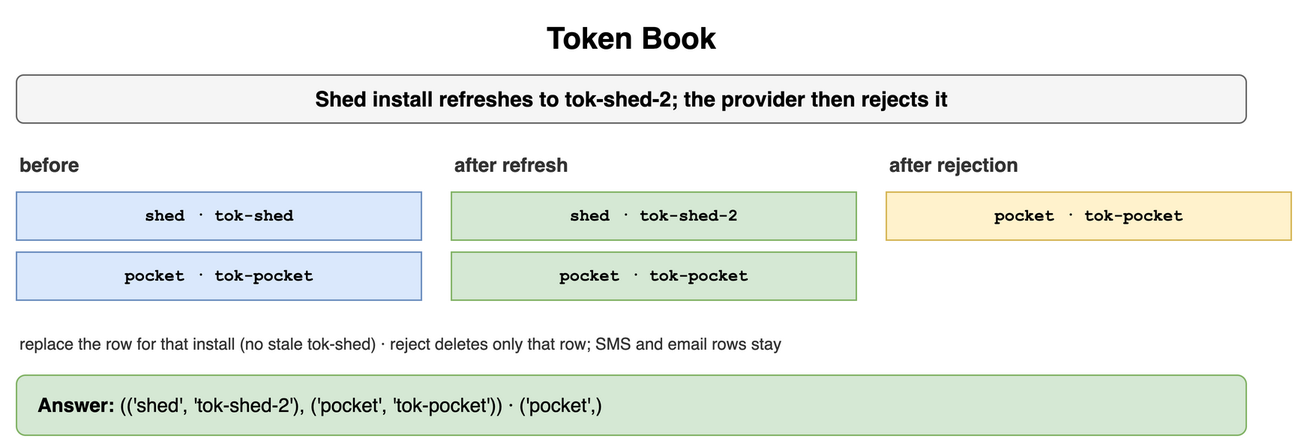
The draw.io diagram content/09_System_Design_Interview/21_Real_Time_and_Notification_Systems/diagrams/notifications-drills-3-token-book.png in amendez13/swe-study-guide, before a commit. Source tidied: cells renumbered, new cells last; positions are measured from the earlier drawing's top-left corner, leaving out a move shared by most shapes.
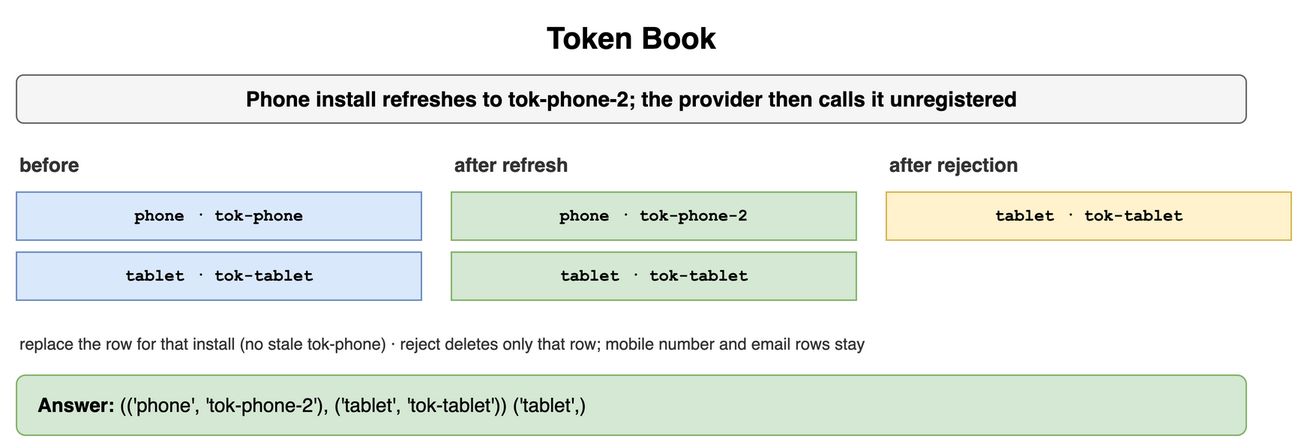
After the change.

Diff of the diagram source:
```diff
@@ -5,37 +5,37 @@
     <mxCell id="2" value="Token Book" style="text;html=1;align=center;verticalAlign=middle;whiteSpace=wrap;fontSize=20;fontStyle=1;" parent="1" vertex="1">
       <mxGeometry width="820" height="30" as="geometry" />
     </mxCell>
-    <mxCell id="3" value="Shed install refreshes to tok-shed-2; the provider then rejects it" style="rounded=1;whiteSpace=wrap;html=1;fillColor=#f5f5f5;strokeColor=#666666;fontStyle=1;fontSize=14;" parent="1" vertex="1">
+    <mxCell id="3" value="Phone install refreshes to tok-phone-2; the provider then calls it unregistered" style="rounded=1;whiteSpace=wrap;html=1;fillColor=#f5f5f5;strokeColor=#666666;fontStyle=1;fontSize=14;" parent="1" vertex="1">
       <mxGeometry y="40" width="820" height="32" as="geometry" />
     </mxCell>
     <mxCell id="4" value="before" style="text;html=1;whiteSpace=wrap;fontSize=11;align=left;verticalAlign=middle;fontSize=13;fontColor=#333333;fontStyle=1;" parent="1" vertex="1">
       <mxGeometry y="90" width="270" height="20" as="geometry" />
     </mxCell>
-    <mxCell id="5" value="shed · tok-shed" style="rounded=0;whiteSpace=wrap;html=1;fontFamily=Courier New;fontStyle=1;fontSize=13;fillColor=#dae8fc;strokeColor=#6c8ebf;fontSize=11;" parent="1" vertex="1">
+    <mxCell id="5" value="phone · tok-phone" style="rounded=0;whiteSpace=wrap;html=1;fontFamily=Courier New;fontStyle=1;fontSize=13;fillColor=#dae8fc;strokeColor=#6c8ebf;fontSize=11;" parent="1" vertex="1">
       <mxGeometry y="118" width="270" height="32" as="geometry" />
     </mxCell>
-    <mxCell id="6" value="pocket · tok-pocket" style="rounded=0;whiteSpace=wrap;html=1;fontFamily=Courier New;fontStyle=1;fontSize=13;fillColor=#dae8fc;strokeColor=#6c8ebf;fontSize=11;" parent="1" vertex="1">
+    <mxCell id="6" value="tablet · tok-tablet" style="rounded=0;whiteSpace=wrap;html=1;fontFamily=Courier New;fontStyle=1;fontSize=13;fillColor=#dae8fc;strokeColor=#6c8ebf;fontSize=11;" parent="1" vertex="1">
       <mxGeometry y="158" width="270" height="32" as="geometry" />
     </mxCell>
     <mxCell id="7" value="after refresh" style="text;html=1;whiteSpace=wrap;fontSize=11;align=left;verticalAlign=middle;fontSize=13;fontColor=#333333;fontStyle=1;" parent="1" vertex="1">
       <mxGeometry x="290" y="90" width="270" height="20" as="geometry" />
     </mxCell>
-    <mxCell id="8" value="shed · tok-shed-2" style="rounded=0;whiteSpace=wrap;html=1;fontFamily=Courier New;fontStyle=1;fontSize=13;fillColor=#d5e8d4;strokeColor=#82b366;fontSize=11;" parent="1" vertex="1">
+    <mxCell id="8" value="phone · tok-phone-2" style="rounded=0;whiteSpace=wrap;html=1;fontFamily=Courier New;fontStyle=1;fontSize=13;fillColor=#d5e8d4;strokeColor=#82b366;fontSize=11;" parent="1" vertex="1">
       <mxGeometry x="290" y="118" width="270" height="32" as="geometry" />
     </mxCell>
-    <mxCell id="9" value="pocket · tok-pocket" style="rounded=0;whiteSpace=wrap;html=1;fontFamily=Courier New;fontStyle=1;fontSize=13;fillColor=#d5e8d4;strokeColor=#82b366;fontSize=11;" parent="1" vertex="1">
+    <mxCell id="9" value="tablet · tok-tablet" style="rounded=0;whiteSpace=wrap;html=1;fontFamily=Courier New;fontStyle=1;fontSize=13;fillColor=#d5e8d4;strokeColor=#82b366;fontSize=11;" parent="1" vertex="1">
       <mxGeometry x="290" y="158" width="270" height="32" as="geometry" />
     </mxCell>
     <mxCell id="10" value="after rejection" style="text;html=1;whiteSpace=wrap;fontSize=11;align=left;verticalAlign=middle;fontSize=13;fontColor=#333333;fontStyle=1;" parent="1" vertex="1">
       <mxGeometry x="580" y="90" width="270" height="20" as="geometry" />
     </mxCell>
-    <mxCell id="11" value="pocket · tok-pocket" style="rounded=0;whiteSpace=wrap;html=1;fontFamily=Courier New;fontStyle=1;fontSize=13;fillColor=#fff2cc;strokeColor=#d6b656;fontSize=11;" parent="1" vertex="1">
+    <mxCell id="11" value="tablet · tok-tablet" style="rounded=0;whiteSpace=wrap;html=1;fontFamily=Courier New;fontStyle=1;fontSize=13;fillColor=#fff2cc;strokeColor=#d6b656;fontSize=11;" parent="1" vertex="1">
       <mxGeometry x="580" y="118" width="270" height="32" as="geometry" />
     </mxCell>
-    <mxCell id="12" value="replace the row for that install (no stale tok-shed) · reject deletes only that row; SMS and email rows stay" style="text;html=1;whiteSpace=wrap;fontSize=11;align=left;verticalAlign=middle;fontSize=11;fontColor=#333333;" parent="1" vertex="1">
+    <mxCell id="12" value="replace the row for that install (no stale tok-phone) · reject deletes only that row; mobile number and email rows stay" style="text;html=1;whiteSpace=wrap;fontSize=11;align=left;verticalAlign=middle;fontSize=11;fontColor=#333333;" parent="1" vertex="1">
       <mxGeometry y="210" width="820" height="18" as="geometry" />
     </mxCell>
-    <mxCell id="13" value="&lt;b&gt;Answer:&lt;/b&gt; (('shed', 'tok-shed-2'), ('pocket', 'tok-pocket')) · ('pocket',)" style="rounded=1;whiteSpace=wrap;html=1;fillColor=#d5e8d4;strokeColor=#82b366;fontSize=13;align=left;spacingLeft=12;" parent="1" vertex="1">
+    <mxCell id="13" value="&lt;b&gt;Answer:&lt;/b&gt; (('phone', 'tok-phone-2'), ('tablet', 'tok-tablet')) ('tablet',)" style="rounded=1;whiteSpace=wrap;html=1;fillColor=#d5e8d4;strokeColor=#82b366;fontSize=13;align=left;spacingLeft=12;" parent="1" vertex="1">
       <mxGeometry y="240" width="820" height="40" as="geometry" />
     </mxCell>
   </root>
```
